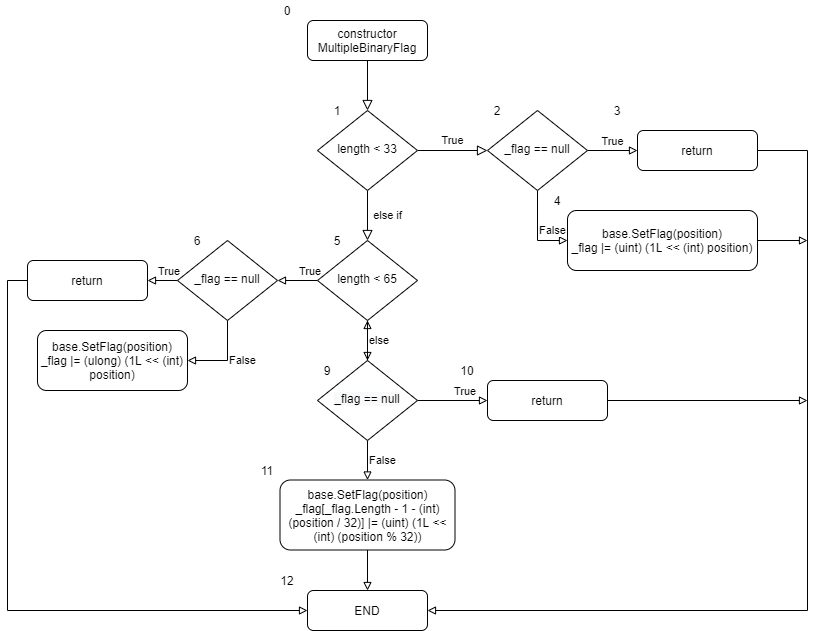
The draw.io diagram 2/diagrams/Diagram4.png in Dmytrenko-Roman/TestsLabs, before a commit. Source tidied: cells renumbered, new cells last; positions are measured from the earlier drawing's top-left corner, leaving out a move shared by most shapes.
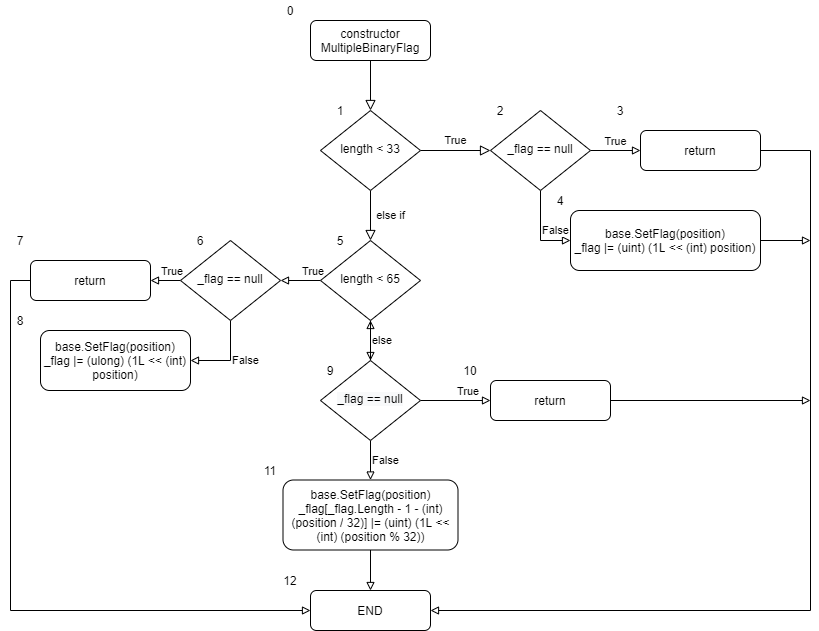
Above is the later version.

What changed in the source:
```diff
@@ -136,5 +136,11 @@
     <mxCell id="42" value="12" style="text;html=1;strokeColor=none;fillColor=none;align=center;verticalAlign=middle;whiteSpace=wrap;rounded=0;" parent="1" vertex="1">
       <mxGeometry x="240" y="570" width="40" height="20" as="geometry" />
     </mxCell>
+    <mxCell id="43" value="7" style="text;html=1;strokeColor=none;fillColor=none;align=center;verticalAlign=middle;whiteSpace=wrap;rounded=0;" parent="1" vertex="1">
+      <mxGeometry x="-30" y="230" width="40" height="20" as="geometry" />
+    </mxCell>
+    <mxCell id="44" value="8" style="text;html=1;strokeColor=none;fillColor=none;align=center;verticalAlign=middle;whiteSpace=wrap;rounded=0;" parent="1" vertex="1">
+      <mxGeometry x="-30" y="310" width="40" height="20" as="geometry" />
+    </mxCell>
   </root>
 </mxGraphModel>
```
